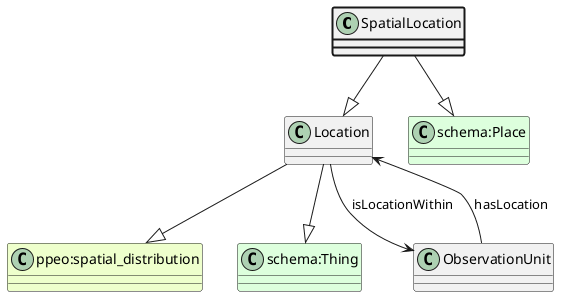
This is ttl_uml/ttl_appn_SpatialLocation.png from aus-plant-phenomics-network/appn-schema, a PlantUML export, as it was before one commit.
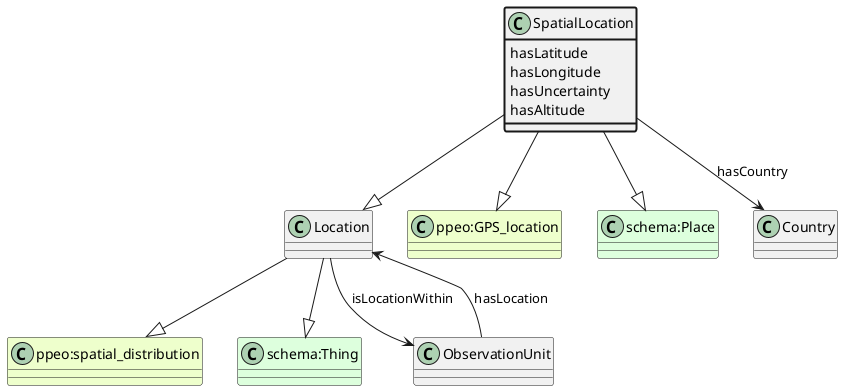
The same diagram one commit later.

What changed in the source:
```diff
@@ -6,8 +6,24 @@
 class "schema:Thing" #DDFFDD
 Location --|> "schema:Thing"
 SpatialLocation --|> Location
+class "ppeo:GPS_location" #EEFFCC
+SpatialLocation --|> "ppeo:GPS_location"
 class "schema:Place" #DDFFDD
 SpatialLocation --|> "schema:Place"
+class SpatialLocation #line.bold {
+    hasLatitude
+}
+class SpatialLocation #line.bold {
+    hasLongitude
+}
+class SpatialLocation #line.bold {
+    hasUncertainty
+}
+class SpatialLocation #line.bold {
+    hasAltitude
+}
+class Country
+SpatialLocation --> Country : hasCountry
 class ObservationUnit
 ObservationUnit --> Location : hasLocation
 class ObservationUnit
```
